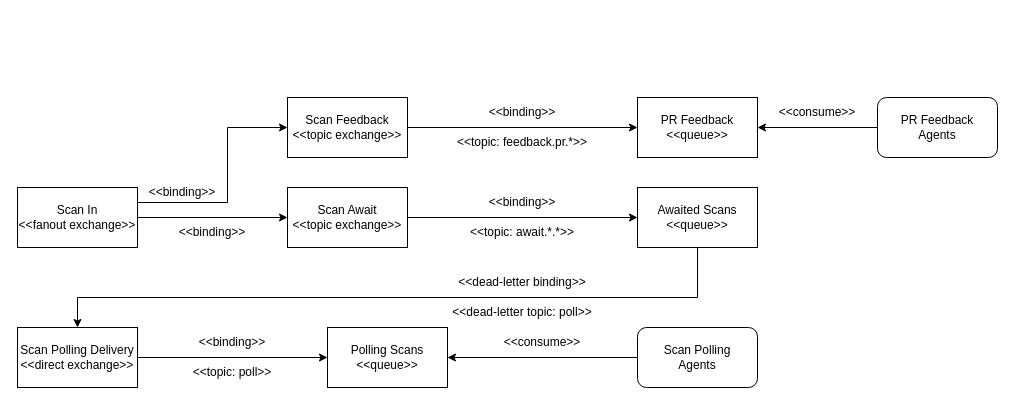
This is page "Queue" (3 of 3) of manual/graphics/cxoneflow-diagrams.drawio from rattalur/cxone-flow2, a draw.io file, before an edit. Source tidied: cells renumbered, new cells numbered last; positions are measured from the earlier drawing's top-left corner, leaving out a move shared by most shapes. Both pictures are drawn from the tidied source at 100%, with x=0, y=0 at pixel (17, 97).
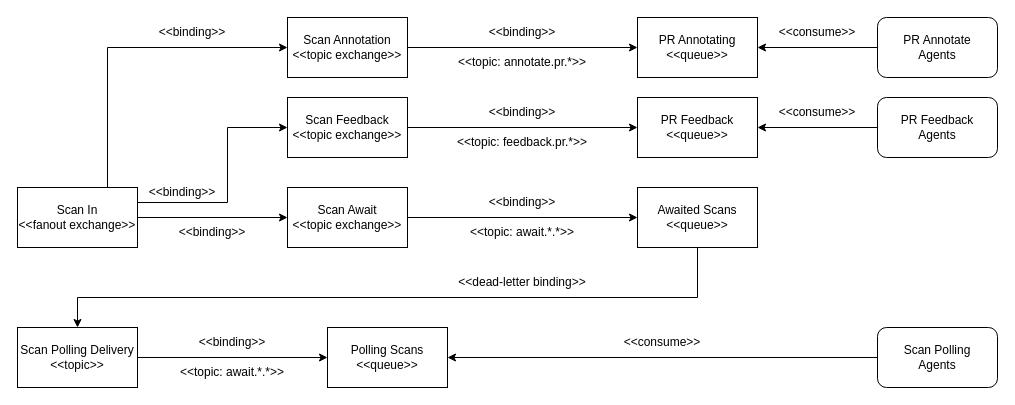
After the change.

The change refers to these unchanged cells:
```xml
<mxCell id="3" value="Scan In&lt;div&gt;&amp;lt;&amp;lt;fanout exchange&amp;gt;&amp;gt;&lt;/div&gt;" style="rounded=0;whiteSpace=wrap;html=1;" parent="1" vertex="1">
  <mxGeometry y="90" width="120" height="60" as="geometry" />
</mxCell>
```

Diff of the diagram source:
```diff
@@
-    <mxCell id="5" value="Scan Polling Delivery&lt;div&gt;&amp;lt;&amp;lt;direct exchange&amp;gt;&amp;gt;&lt;/div&gt;" style="rounded=0;whiteSpace=wrap;html=1;" parent="1" vertex="1">
+    <mxCell id="5" value="Scan Polling Delivery&lt;div&gt;&amp;lt;&amp;lt;topic&amp;gt;&amp;gt;&lt;/div&gt;" style="rounded=0;whiteSpace=wrap;html=1;" parent="1" vertex="1">
       <mxGeometry y="230" width="120" height="60" as="geometry" />
     </mxCell>
@@
-    <mxCell id="14" value="&lt;div&gt;&lt;span style=&quot;background-color: initial;&quot;&gt;&amp;lt;&amp;lt;dead-letter topic: poll&amp;gt;&amp;gt;&lt;/span&gt;&lt;br&gt;&lt;/div&gt;" style="text;html=1;align=center;verticalAlign=middle;whiteSpace=wrap;rounded=0;" parent="1" vertex="1">
-      <mxGeometry x="395" y="200" width="220" height="30" as="geometry" />
-    </mxCell>
@@
-    <mxCell id="17" value="&lt;div&gt;&lt;span style=&quot;background-color: initial;&quot;&gt;&amp;lt;&amp;lt;topic: poll&amp;gt;&amp;gt;&lt;/span&gt;&lt;br&gt;&lt;/div&gt;" style="text;html=1;align=center;verticalAlign=middle;whiteSpace=wrap;rounded=0;" parent="1" vertex="1">
+    <mxCell id="17" value="&lt;div&gt;&lt;span style=&quot;background-color: initial;&quot;&gt;&amp;lt;&amp;lt;topic: await.*.*&amp;gt;&amp;gt;&lt;/span&gt;&lt;br&gt;&lt;/div&gt;" style="text;html=1;align=center;verticalAlign=middle;whiteSpace=wrap;rounded=0;" parent="1" vertex="1">
       <mxGeometry x="120" y="260" width="190" height="30" as="geometry" />
     </mxCell>
     <mxCell id="18" value="Scan Polling&lt;div&gt;Agents&lt;/div&gt;" style="rounded=1;whiteSpace=wrap;html=1;" parent="1" vertex="1">
-      <mxGeometry x="620" y="230" width="120" height="60" as="geometry" />
+      <mxGeometry x="860" y="230" width="120" height="60" as="geometry" />
     </mxCell>
@@
     <mxCell id="20" value="&amp;lt;&amp;lt;consume&amp;gt;&amp;gt;" style="text;html=1;align=center;verticalAlign=middle;whiteSpace=wrap;rounded=0;" parent="1" vertex="1">
-      <mxGeometry x="430" y="230" width="190" height="30" as="geometry" />
+      <mxGeometry x="430" y="230" width="430" height="30" as="geometry" />
     </mxCell>
@@
+    <mxCell id="31" value="Scan Annotation&lt;div&gt;&amp;lt;&amp;lt;topic exchange&amp;gt;&amp;gt;&lt;/div&gt;" style="rounded=0;whiteSpace=wrap;html=1;" parent="1" vertex="1">
+      <mxGeometry x="270" y="-80" width="120" height="60" as="geometry" />
+    </mxCell>
+    <mxCell id="32" value="PR Annotating&lt;div&gt;&amp;lt;&amp;lt;queue&amp;gt;&amp;gt;&lt;/div&gt;" style="rounded=0;whiteSpace=wrap;html=1;" parent="1" vertex="1">
+      <mxGeometry x="620" y="-80" width="120" height="60" as="geometry" />
+    </mxCell>
+    <mxCell id="33" style="endArrow=classic;html=1;rounded=0;entryX=0;entryY=0.5;entryDx=0;entryDy=0;exitX=1;exitY=0.5;exitDx=0;exitDy=0;" parent="1" edge="1" source="31" target="32">
+      <mxGeometry relative="1" as="geometry" />
+    </mxCell>
+    <mxCell id="34" style="endArrow=classic;html=1;rounded=0;exitX=0.75;exitY=0;exitDx=0;exitDy=0;entryX=0;entryY=0.5;entryDx=0;entryDy=0;" parent="1" edge="1" source="3" target="31">
+      <mxGeometry relative="1" as="geometry">
+        <Array as="points">
+          <mxPoint x="90" y="-50" />
+        </Array>
+      </mxGeometry>
+    </mxCell>
+    <mxCell id="35" value="&amp;lt;&amp;lt;binding&amp;gt;&amp;gt;" style="text;html=1;align=center;verticalAlign=middle;whiteSpace=wrap;rounded=0;" parent="1" vertex="1">
+      <mxGeometry x="130" y="-80" width="90" height="30" as="geometry" />
+    </mxCell>
+    <mxCell id="36" value="&amp;lt;&amp;lt;binding&amp;gt;&amp;gt;" style="text;html=1;align=center;verticalAlign=middle;whiteSpace=wrap;rounded=0;" parent="1" vertex="1">
+      <mxGeometry x="390" y="-80" width="230" height="30" as="geometry" />
+    </mxCell>
+    <mxCell id="37" value="&lt;div&gt;&lt;span style=&quot;background-color: initial;&quot;&gt;&amp;lt;&amp;lt;topic: annotate.pr.*&amp;gt;&amp;gt;&lt;/span&gt;&lt;br&gt;&lt;/div&gt;" style="text;html=1;align=center;verticalAlign=middle;whiteSpace=wrap;rounded=0;" parent="1" vertex="1">
+      <mxGeometry x="390" y="-50" width="230" height="30" as="geometry" />
+    </mxCell>
+    <mxCell id="38" value="PR Annotate&lt;div&gt;Agents&lt;/div&gt;" style="rounded=1;whiteSpace=wrap;html=1;" parent="1" vertex="1">
+      <mxGeometry x="860" y="-80" width="120" height="60" as="geometry" />
+    </mxCell>
+    <mxCell id="39" style="endArrow=classic;html=1;rounded=0;entryX=1;entryY=0.5;entryDx=0;entryDy=0;exitX=0;exitY=0.5;exitDx=0;exitDy=0;" parent="1" edge="1" source="38" target="32">
+      <mxGeometry relative="1" as="geometry" />
+    </mxCell>
+    <mxCell id="40" value="&amp;lt;&amp;lt;consume&amp;gt;&amp;gt;" style="text;html=1;align=center;verticalAlign=middle;whiteSpace=wrap;rounded=0;" parent="1" vertex="1">
+      <mxGeometry x="740" y="-80" width="120" height="30" as="geometry" />
+    </mxCell>
```
